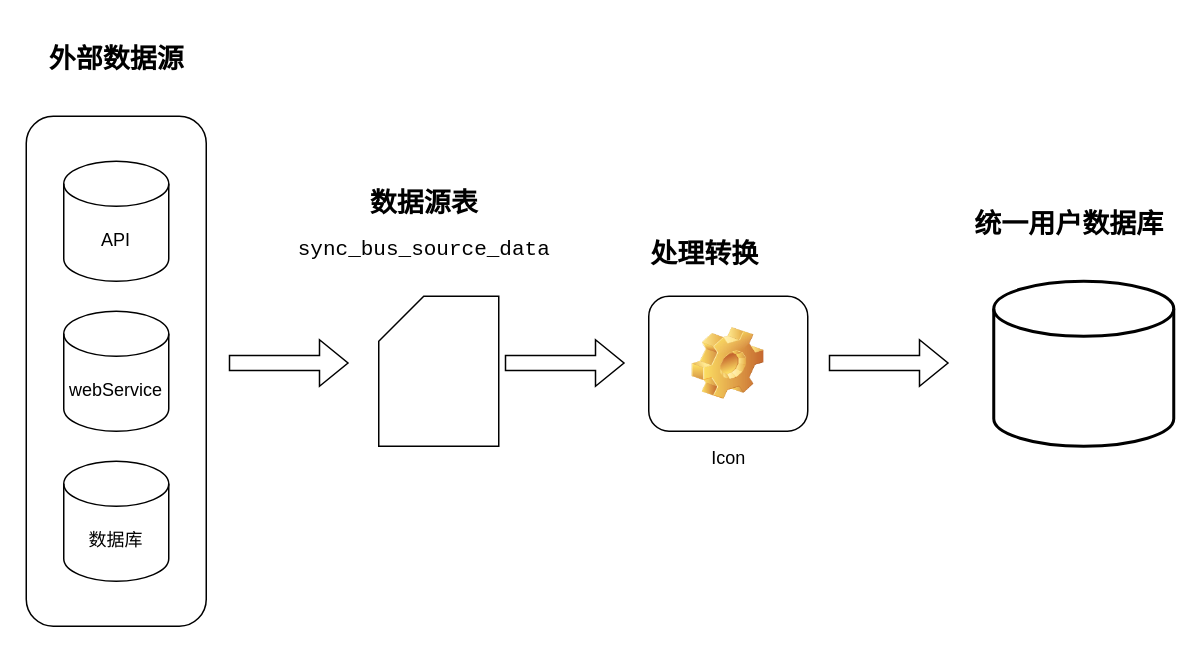
This is 未命名绘图.drawio from 673tong/73sou, a draw.io file, before an edit. Source tidied: cells renumbered, new cells numbered last; positions are measured from the earlier drawing's top-left corner, leaving out a move shared by most shapes. Both pictures are drawn from the tidied source at 150%, with x=0, y=0 at pixel (26, 26).
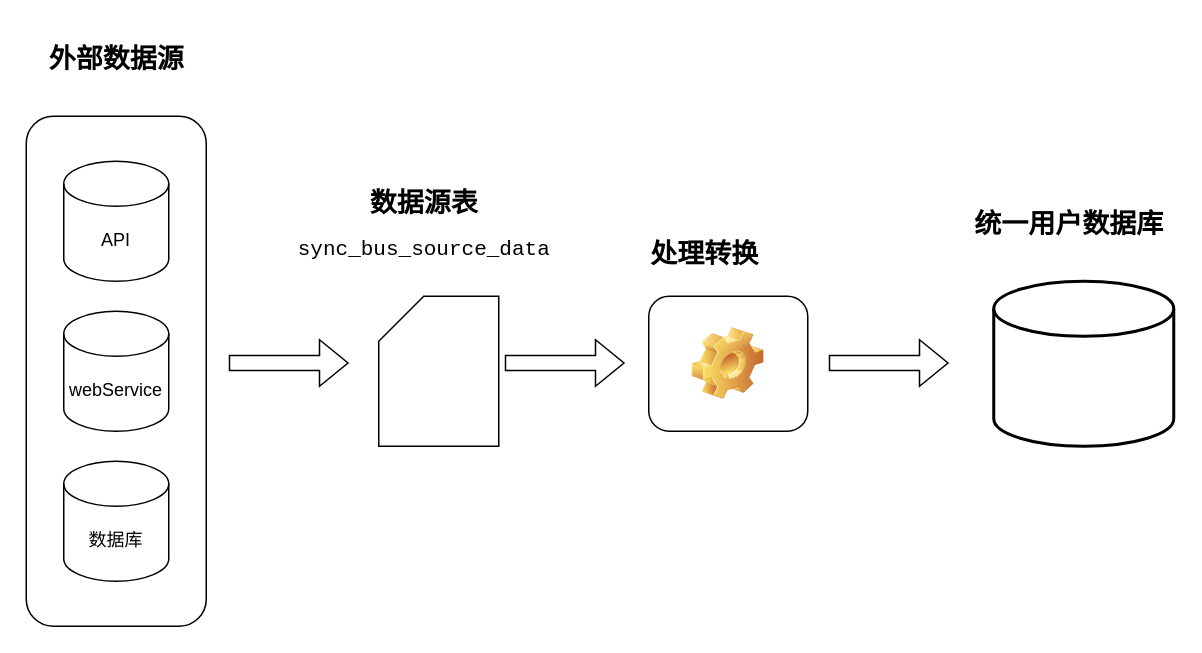
The same diagram, later.

What changed in the source:
```diff
@@
 <mxGraphModel>
   <root>
     <mxCell id="0" />
     <mxCell id="1" parent="0" />
     <mxCell id="2" style="rounded=1;whiteSpace=wrap;html=1;" parent="1" vertex="1">
       <mxGeometry y="60" width="120" height="340" as="geometry" />
     </mxCell>
     <mxCell id="3" value="API" style="shape=cylinder3;whiteSpace=wrap;html=1;boundedLbl=1;backgroundOutline=1;size=15;" parent="1" vertex="1">
       <mxGeometry x="25" y="90" width="70" height="80" as="geometry" />
     </mxCell>
     <mxCell id="4" value="webService" style="shape=cylinder3;whiteSpace=wrap;html=1;boundedLbl=1;backgroundOutline=1;size=15;" parent="1" vertex="1">
       <mxGeometry x="25" y="190" width="70" height="80" as="geometry" />
     </mxCell>
     <mxCell id="5" value="数据库" style="shape=cylinder3;whiteSpace=wrap;html=1;boundedLbl=1;backgroundOutline=1;size=15;" parent="1" vertex="1">
       <mxGeometry x="25" y="290" width="70" height="80" as="geometry" />
     </mxCell>
     <mxCell id="6" value="&lt;font style=&quot;font-size: 18px;&quot;&gt;外部数据源&lt;/font&gt;" style="text;strokeColor=none;fillColor=none;html=1;fontSize=24;fontStyle=1;verticalAlign=middle;align=center;" parent="1" vertex="1">
       <mxGeometry x="10" width="100" height="40" as="geometry" />
     </mxCell>
     <mxCell id="7" style="shape=flexArrow;endArrow=classic;html=1;rounded=0;" parent="1" edge="1">
       <mxGeometry relative="1" as="geometry">
         <mxPoint x="135" y="224.5" as="sourcePoint" />
         <mxPoint x="215" y="224.5" as="targetPoint" />
       </mxGeometry>
     </mxCell>
     <mxCell id="8" value="&lt;pre style=&quot;background-color: rgb(28, 28, 28); color: rgb(246, 246, 246); font-family: &amp;quot;Courier New&amp;quot;, monospace; line-height: 100%;&quot;&gt;&lt;br&gt;&lt;/pre&gt;" style="shape=card;whiteSpace=wrap;html=1;" parent="1" vertex="1">
       <mxGeometry x="235" y="180" width="80" height="100" as="geometry" />
     </mxCell>
     <mxCell id="9" value="&lt;font style=&quot;font-size: 18px;&quot;&gt;数据源表&lt;/font&gt;&lt;div&gt;&lt;span style=&quot;font-family: Consolas, monospace; font-size: 10.5pt; font-weight: normal; background-color: initial;&quot;&gt;sync_bus_source_data&lt;/span&gt;&lt;/div&gt;" style="text;strokeColor=none;fillColor=none;html=1;fontSize=24;fontStyle=1;verticalAlign=middle;align=center;" parent="1" vertex="1">
       <mxGeometry x="215" y="110" width="100" height="40" as="geometry" />
     </mxCell>
-    <mxCell id="10" value="Icon" style="icon;html=1;image=img/clipart/Gear_128x128.png;" parent="1" vertex="1">
+    <mxCell id="10" style="icon;html=1;image=img/clipart/Gear_128x128.png;" parent="1" vertex="1">
       <mxGeometry x="415" y="180" width="106" height="90" as="geometry" />
     </mxCell>
     <mxCell id="11" value="&lt;span style=&quot;font-size: 18px;&quot;&gt;处理转换&lt;/span&gt;" style="text;strokeColor=none;fillColor=none;html=1;fontSize=24;fontStyle=1;verticalAlign=middle;align=center;" parent="1" vertex="1">
       <mxGeometry x="402" y="130" width="100" height="40" as="geometry" />
     </mxCell>
     <mxCell id="12" style="strokeWidth=2;html=1;shape=mxgraph.flowchart.database;whiteSpace=wrap;" parent="1" vertex="1">
       <mxGeometry x="645" y="170" width="120" height="110" as="geometry" />
     </mxCell>
     <mxCell id="13" value="&lt;span style=&quot;font-size: 18px;&quot;&gt;统一用户数据库&lt;/span&gt;" style="text;strokeColor=none;fillColor=none;html=1;fontSize=24;fontStyle=1;verticalAlign=middle;align=center;" parent="1" vertex="1">
       <mxGeometry x="645" y="110" width="100" height="40" as="geometry" />
     </mxCell>
     <mxCell id="14" style="shape=flexArrow;endArrow=classic;html=1;rounded=0;" parent="1" edge="1">
       <mxGeometry relative="1" as="geometry">
         <mxPoint x="319" y="224.5" as="sourcePoint" />
         <mxPoint x="399" y="224.5" as="targetPoint" />
       </mxGeometry>
     </mxCell>
     <mxCell id="15" style="shape=flexArrow;endArrow=classic;html=1;rounded=0;" parent="1" edge="1">
       <mxGeometry relative="1" as="geometry">
         <mxPoint x="535" y="224.5" as="sourcePoint" />
         <mxPoint x="615" y="224.5" as="targetPoint" />
       </mxGeometry>
     </mxCell>
   </root>
 </mxGraphModel>
```
